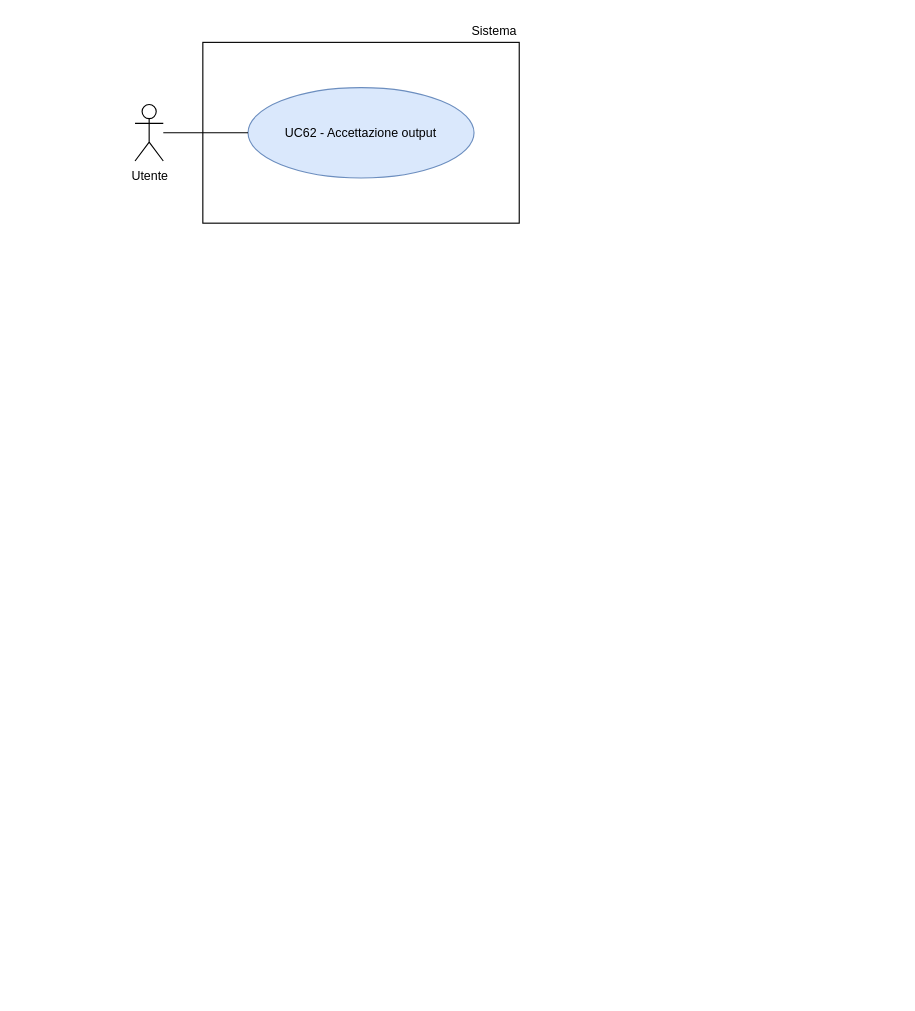
The draw.io diagram RTB/doc_esterna/analisi-dei-requisiti/assets/draw.io/UC62.drawio in thebitless-group-swe/thebitless.github.io, before the edit. Source tidied: cells renumbered, new cells numbered last; positions are measured from the earlier drawing's top-left corner, leaving out a move shared by most shapes. Both pictures are drawn from the tidied source at 113%, with x=0, y=0 at pixel (134, 19).
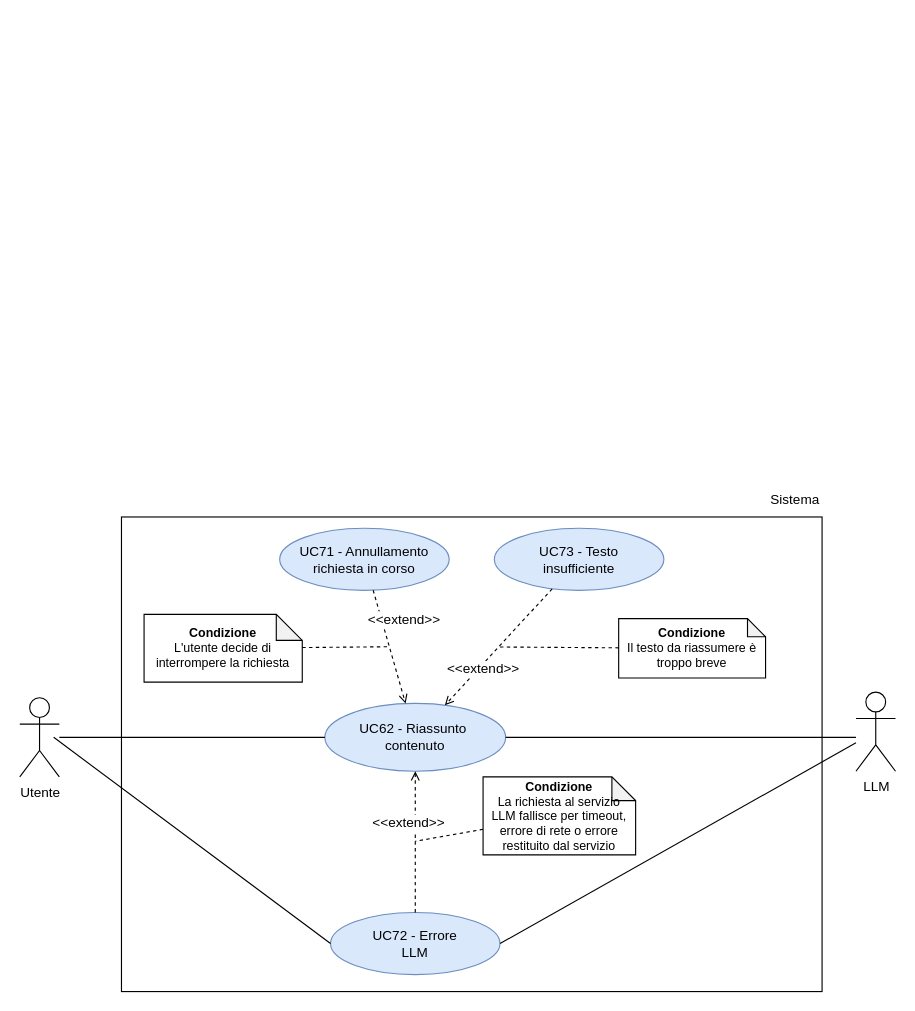
The same page after the edit.

Change to the diagram source:
```diff
@@
-    <mxCell id="2" value="Utente" style="shape=umlActor;verticalLabelPosition=bottom;verticalAlign=top;html=1;outlineConnect=0;fontSize=11;" parent="1" vertex="1">
-      <mxGeometry y="75" width="25" height="50" as="geometry" />
+    <mxCell id="2" value="&lt;font&gt;Utente&lt;/font&gt;" style="shape=umlActor;verticalLabelPosition=bottom;verticalAlign=top;html=1;outlineConnect=0;fontSize=12;" parent="1" vertex="1">
+      <mxGeometry x="-102" y="600" width="35" height="70" as="geometry" />
     </mxCell>
-    <mxCell id="3" style="rounded=0;whiteSpace=wrap;html=1;strokeWidth=1;" parent="1" vertex="1">
-      <mxGeometry x="60" y="20" width="280" height="160" as="geometry" />
-    </mxCell>
+    <mxCell id="7" style="rounded=0;whiteSpace=wrap;html=1;strokeWidth=1;fontSize=12;" parent="1" vertex="1">
+      <mxGeometry x="-12" y="440" width="620" height="420" as="geometry" />
+    </mxCell>
-    <mxCell id="4" value="Sistema" style="text;html=1;whiteSpace=wrap;strokeColor=none;fillColor=none;align=right;verticalAlign=middle;fontSize=11;" parent="1" vertex="1">
-      <mxGeometry x="270" width="70" height="20" as="geometry" />
+    <mxCell id="4" value="&lt;font&gt;Sistema&lt;/font&gt;" style="text;html=1;whiteSpace=wrap;strokeColor=none;fillColor=none;align=right;verticalAlign=middle;fontSize=12;" parent="1" vertex="1">
+      <mxGeometry x="538" y="410" width="70" height="30" as="geometry" />
     </mxCell>
-    <mxCell id="5" value="UC62 - Accettazione output" style="ellipse;whiteSpace=wrap;html=1;fillColor=#dae8fc;strokeColor=#6c8ebf;fontSize=11;" parent="1" vertex="1">
-      <mxGeometry x="100" y="60" width="200" height="80" as="geometry" />
-    </mxCell>
-    <mxCell id="6" style="endArrow=none;html=1;" parent="1" edge="1" source="2" target="5">
-      <mxGeometry relative="1" as="geometry" />
-    </mxCell>
+    <mxCell id="8" value="&lt;font&gt;UC62 - Riassunto&amp;nbsp;&lt;/font&gt;&lt;div&gt;&lt;font&gt;contenuto&lt;/font&gt;&lt;/div&gt;" style="ellipse;whiteSpace=wrap;html=1;fillColor=#dae8fc;strokeColor=#6c8ebf;fontSize=12;" parent="1" vertex="1">
+      <mxGeometry x="168" y="605" width="160" height="60" as="geometry" />
+    </mxCell>
+    <mxCell id="9" value="&lt;font&gt;UC71 - Annullamento&lt;br&gt;richiesta in corso&lt;/font&gt;" style="ellipse;whiteSpace=wrap;html=1;fillColor=#dae8fc;strokeColor=#6c8ebf;fontSize=12;" parent="1" vertex="1">
+      <mxGeometry x="128" y="450" width="150" height="55" as="geometry" />
+    </mxCell>
+    <mxCell id="10" value="&lt;font&gt;UC72 - Errore&lt;br&gt;LLM&lt;/font&gt;" style="ellipse;whiteSpace=wrap;html=1;fillColor=#dae8fc;strokeColor=#6c8ebf;fontSize=12;" parent="1" vertex="1">
+      <mxGeometry x="173" y="790" width="150" height="55" as="geometry" />
+    </mxCell>
+    <mxCell id="11" value="&lt;font&gt;UC73 - Testo&lt;br&gt;insufficiente&lt;/font&gt;" style="ellipse;whiteSpace=wrap;html=1;fillColor=#dae8fc;strokeColor=#6c8ebf;fontSize=12;" parent="1" vertex="1">
+      <mxGeometry x="318" y="450" width="150" height="55" as="geometry" />
+    </mxCell>
+    <mxCell id="12" style="edgeStyle=none;rounded=0;jettySize=auto;html=1;endArrow=none;endFill=0;fontSize=12;" parent="1" edge="1" source="2" target="8">
+      <mxGeometry relative="1" as="geometry" />
+    </mxCell>
+    <mxCell id="13" style="edgeStyle=none;rounded=0;jettySize=auto;html=1;endArrow=none;endFill=0;fontSize=12;" parent="1" edge="1" source="8">
+      <mxGeometry relative="1" as="geometry">
+        <mxPoint x="638" y="635" as="targetPoint" />
+      </mxGeometry>
+    </mxCell>
+    <mxCell id="14" style="dashed=1;endArrow=open;endFill=0;html=1;rounded=0;fontSize=12;" parent="1" edge="1" source="9" target="8">
+      <mxGeometry relative="1" as="geometry" />
+    </mxCell>
+    <mxCell id="15" value="&lt;font&gt;&amp;lt;&amp;lt;extend&amp;gt;&amp;gt;&lt;/font&gt;" style="edgeLabel;html=1;align=center;verticalAlign=middle;fontSize=12;" parent="14" vertex="1">
+      <mxGeometry x="-0.05" y="-1" relative="1" as="geometry">
+        <mxPoint x="14" y="-23" as="offset" />
+      </mxGeometry>
+    </mxCell>
+    <mxCell id="16" style="dashed=1;endArrow=open;endFill=0;html=1;rounded=0;fontSize=12;" parent="1" edge="1" source="10" target="8">
+      <mxGeometry relative="1" as="geometry" />
+    </mxCell>
+    <mxCell id="17" value="&lt;font&gt;&amp;lt;&amp;lt;&lt;/font&gt;&lt;font&gt;extend&lt;/font&gt;&lt;font&gt;&amp;gt;&amp;gt;&lt;/font&gt;" style="edgeLabel;html=1;align=center;verticalAlign=middle;fontSize=12;" parent="16" vertex="1">
+      <mxGeometry x="-0.05" y="-1" relative="1" as="geometry">
+        <mxPoint x="-8" y="-21" as="offset" />
+      </mxGeometry>
+    </mxCell>
+    <mxCell id="18" style="dashed=1;endArrow=open;endFill=0;html=1;rounded=0;fontSize=12;" parent="1" edge="1" source="11" target="8">
+      <mxGeometry relative="1" as="geometry" />
+    </mxCell>
+    <mxCell id="19" value="&lt;font&gt;&amp;lt;&amp;lt;extend&amp;gt;&amp;gt;&lt;/font&gt;" style="edgeLabel;html=1;align=center;verticalAlign=middle;fontSize=12;" parent="18" vertex="1">
+      <mxGeometry x="-0.05" y="1" relative="1" as="geometry">
+        <mxPoint x="-17" y="21" as="offset" />
+      </mxGeometry>
+    </mxCell>
+    <mxCell id="20" value="&lt;b&gt;Condizione&lt;/b&gt;&lt;br&gt;L'utente decide di interrompere la richiesta" style="shape=note;whiteSpace=wrap;html=1;backgroundOutline=1;darkOpacity=0.05;fontSize=11;align=center;verticalAlign=middle;spacing=6;size=23;" parent="1" vertex="1">
+      <mxGeometry x="8" y="526.2" width="140" height="60" as="geometry" />
+    </mxCell>
+    <mxCell id="21" value="&lt;b&gt;Condizione&lt;/b&gt;&lt;br&gt;&lt;div&gt;La richiesta al servizio LLM fallisce per timeout, errore di rete o errore restituito dal servizio&lt;/div&gt;" style="shape=note;whiteSpace=wrap;html=1;backgroundOutline=1;darkOpacity=0.05;fontSize=11;align=center;verticalAlign=middle;spacing=6;size=21;" parent="1" vertex="1">
+      <mxGeometry x="308" y="670" width="135" height="69" as="geometry" />
+    </mxCell>
+    <mxCell id="22" value="&lt;b&gt;Condizione&lt;/b&gt;&lt;br&gt;Il testo da riassumere è troppo breve" style="shape=note;whiteSpace=wrap;html=1;backgroundOutline=1;darkOpacity=0.05;fontSize=11;align=center;verticalAlign=middle;spacing=6;size=16;" parent="1" vertex="1">
+      <mxGeometry x="428" y="530" width="130" height="52.5" as="geometry" />
+    </mxCell>
+    <mxCell id="23" style="dashed=1;endArrow=none;html=1;rounded=0;strokeWidth=1;fontSize=12;" parent="1" edge="1" source="20" target="14">
+      <mxGeometry relative="1" as="geometry" />
+    </mxCell>
+    <mxCell id="24" style="dashed=1;endArrow=none;html=1;rounded=0;strokeWidth=1;fontSize=12;" parent="1" edge="1" source="21" target="16">
+      <mxGeometry relative="1" as="geometry" />
+    </mxCell>
+    <mxCell id="25" style="dashed=1;endArrow=none;html=1;rounded=0;strokeWidth=1;fontSize=12;" parent="1" edge="1" source="22" target="18">
+      <mxGeometry relative="1" as="geometry" />
+    </mxCell>
+    <mxCell id="26" value="&lt;font&gt;LLM&lt;/font&gt;" style="shape=umlActor;verticalLabelPosition=bottom;verticalAlign=top;html=1;outlineConnect=0;fontSize=12;" parent="1" vertex="1">
+      <mxGeometry x="638" y="595" width="35" height="70" as="geometry" />
+    </mxCell>
+    <mxCell id="27" style="edgeStyle=none;rounded=0;jettySize=auto;html=1;endArrow=none;endFill=0;entryX=0;entryY=0.5;entryDx=0;entryDy=0;fontSize=12;" parent="1" edge="1" target="10">
+      <mxGeometry relative="1" as="geometry">
+        <mxPoint x="-72" y="635" as="sourcePoint" />
+      </mxGeometry>
+    </mxCell>
+    <mxCell id="28" style="edgeStyle=none;rounded=0;jettySize=auto;html=1;endArrow=none;endFill=0;exitX=1;exitY=0.5;exitDx=0;exitDy=0;fontSize=12;" parent="1" edge="1" source="10" target="26">
+      <mxGeometry relative="1" as="geometry" />
+    </mxCell>
```
